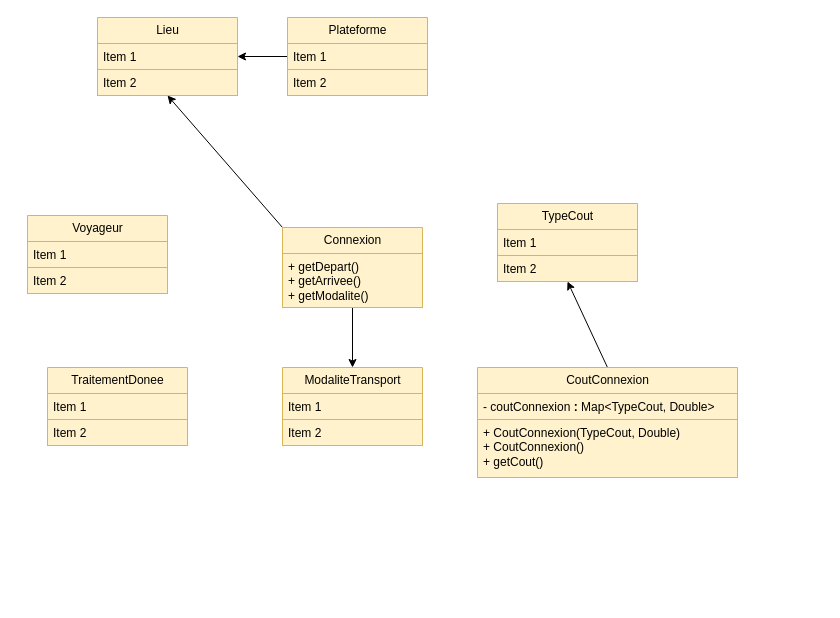
Before: rapport/uml.drawio in Nelioo7/GPS3000, a draw.io diagram. Source tidied: cells renumbered, new cells numbered last; positions are measured from the earlier drawing's top-left corner, leaving out a move shared by most shapes. Both pictures are drawn from the tidied source at 100%, with x=0, y=0 at pixel (27, 17).
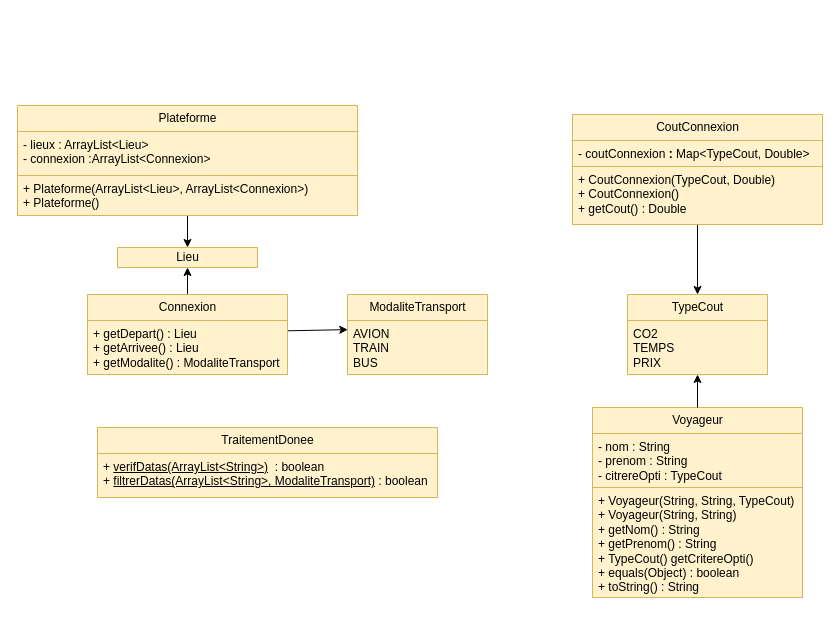
After the change.

The edit, as a diff of the source:
```diff
@@
-    <mxCell id="2" style="edgeStyle=none;html=1;exitX=0;exitY=0;exitDx=0;exitDy=0;entryX=0.5;entryY=1;entryDx=0;entryDy=0;" parent="1" edge="1" source="4" target="26">
+    <mxCell id="2" style="edgeStyle=none;html=1;exitX=0.5;exitY=0;exitDx=0;exitDy=0;entryX=0.5;entryY=1;entryDx=0;entryDy=0;" parent="1" edge="1" source="4" target="26">
       <mxGeometry relative="1" as="geometry" />
     </mxCell>
-    <mxCell id="3" style="edgeStyle=none;html=1;exitX=0.5;exitY=1;exitDx=0;exitDy=0;entryX=0.5;entryY=0;entryDx=0;entryDy=0;" parent="1" edge="1" source="4" target="16">
+    <mxCell id="3" style="edgeStyle=none;html=1;exitX=0.998;exitY=0.191;exitDx=0;exitDy=0;entryX=0.002;entryY=0.169;entryDx=0;entryDy=0;entryPerimeter=0;exitPerimeter=0;" parent="1" edge="1" source="5" target="17">
       <mxGeometry relative="1" as="geometry" />
     </mxCell>
     <mxCell id="4" value="Connexion" style="swimlane;fontStyle=0;horizontal=1;startSize=26;fillColor=#fff2cc;html=1;rounded=0;arcSize=7;strokeColor=#d6b656;" parent="1" vertex="1">
-      <mxGeometry x="255" y="210" width="140" height="80" as="geometry" />
+      <mxGeometry x="60" y="277" width="200" height="80" as="geometry" />
     </mxCell>
-    <mxCell id="5" value="&lt;span&gt;&lt;font style=&quot;color: rgb(0, 0, 0);&quot;&gt;+ getDepart()&lt;/font&gt;&lt;/span&gt;&lt;div style=&quot;scrollbar-color: rgb(226, 226, 226) rgb(251, 251, 251); color: rgb(63, 63, 63);&quot;&gt;&lt;font style=&quot;color: rgb(0, 0, 0);&quot;&gt;+ getArrivee()&lt;/font&gt;&lt;/div&gt;&lt;div style=&quot;scrollbar-color: rgb(226, 226, 226) rgb(251, 251, 251); color: rgb(63, 63, 63);&quot;&gt;&lt;font style=&quot;color: rgb(0, 0, 0);&quot;&gt;+ getModalite()&lt;/font&gt;&lt;/div&gt;" style="text;strokeColor=#d6b656;fillColor=#fff2cc;align=left;verticalAlign=top;spacingLeft=4;spacingRight=4;overflow=hidden;points=[[0,0.5],[1,0.5]];portConstraint=eastwest;whiteSpace=wrap;html=1;rounded=0;arcSize=7;" parent="4" vertex="1">
-      <mxGeometry y="26" width="140" height="54" as="geometry" />
+    <mxCell id="5" value="&lt;span&gt;&lt;font style=&quot;color: rgb(0, 0, 0);&quot;&gt;+ getDepart() : Lieu&lt;/font&gt;&lt;/span&gt;&lt;div style=&quot;scrollbar-color: rgb(226, 226, 226) rgb(251, 251, 251); color: rgb(63, 63, 63);&quot;&gt;&lt;font style=&quot;color: rgb(0, 0, 0);&quot;&gt;+ getArrivee() : Lieu&lt;/font&gt;&lt;/div&gt;&lt;div style=&quot;scrollbar-color: rgb(226, 226, 226) rgb(251, 251, 251); color: rgb(63, 63, 63);&quot;&gt;&lt;font style=&quot;color: rgb(0, 0, 0);&quot;&gt;+ getModalite() : ModaliteTransport&lt;/font&gt;&lt;/div&gt;" style="text;strokeColor=#d6b656;fillColor=#fff2cc;align=left;verticalAlign=top;spacingLeft=4;spacingRight=4;overflow=hidden;points=[[0,0.5],[1,0.5]];portConstraint=eastwest;whiteSpace=wrap;html=1;rounded=0;arcSize=7;" parent="4" vertex="1">
+      <mxGeometry y="26" width="200" height="54" as="geometry" />
     </mxCell>
-    <mxCell id="6" style="edgeStyle=none;html=1;exitX=0.5;exitY=0;exitDx=0;exitDy=0;entryX=0.5;entryY=1;entryDx=0;entryDy=0;" parent="1" edge="1" source="7" target="10">
+    <mxCell id="6" style="edgeStyle=none;html=1;exitX=0.5;exitY=1;exitDx=0;exitDy=0;entryX=0.5;entryY=0;entryDx=0;entryDy=0;" parent="1" edge="1" source="7" target="10">
       <mxGeometry relative="1" as="geometry" />
     </mxCell>
     <mxCell id="7" value="CoutConnexion" style="swimlane;fontStyle=0;horizontal=1;startSize=26;fillColor=#fff2cc;html=1;rounded=0;arcSize=7;strokeColor=#d6b656;" parent="1" vertex="1">
-      <mxGeometry x="450" y="350" width="260" height="110" as="geometry" />
+      <mxGeometry x="545" y="97" width="250" height="110" as="geometry" />
     </mxCell>
     <mxCell id="8" value="- coutConnexion &lt;b&gt;:&lt;/b&gt;&amp;nbsp;Map&amp;lt;TypeCout, Double&amp;gt;" style="text;strokeColor=#d6b656;fillColor=#fff2cc;align=left;verticalAlign=top;spacingLeft=4;spacingRight=4;overflow=hidden;whiteSpace=wrap;html=1;rounded=0;arcSize=7;" parent="7" vertex="1">
-      <mxGeometry y="26" width="260" height="26" as="geometry" />
+      <mxGeometry y="26" width="250" height="26" as="geometry" />
     </mxCell>
-    <mxCell id="9" value="+ CoutConnexion(TypeCout, Double)&lt;div&gt;+ CoutConnexion()&lt;/div&gt;&lt;div&gt;+ getCout()&lt;/div&gt;" style="text;strokeColor=#d6b656;fillColor=#fff2cc;align=left;verticalAlign=top;spacingLeft=4;spacingRight=4;overflow=hidden;whiteSpace=wrap;html=1;rounded=0;arcSize=7;" parent="7" vertex="1">
-      <mxGeometry y="52" width="260" height="58" as="geometry" />
+    <mxCell id="9" value="&lt;font style=&quot;color: rgb(0, 0, 0);&quot;&gt;+ CoutConnexion(TypeCout, Double)&lt;/font&gt;&lt;div&gt;&lt;font style=&quot;color: rgb(0, 0, 0);&quot;&gt;+ CoutConnexion()&lt;/font&gt;&lt;/div&gt;&lt;div&gt;&lt;font style=&quot;color: rgb(0, 0, 0);&quot;&gt;+ getCout() : Double&lt;/font&gt;&lt;/div&gt;" style="text;strokeColor=#d6b656;fillColor=#fff2cc;align=left;verticalAlign=top;spacingLeft=4;spacingRight=4;overflow=hidden;whiteSpace=wrap;html=1;rounded=0;arcSize=7;" parent="7" vertex="1">
+      <mxGeometry y="52" width="250" height="58" as="geometry" />
     </mxCell>
     <mxCell id="10" value="TypeCout" style="swimlane;fontStyle=0;horizontal=1;startSize=26;fillColor=#fff2cc;html=1;rounded=0;arcSize=7;strokeColor=#d6b656;" parent="1" vertex="1">
-      <mxGeometry x="470" y="186" width="140" height="78" as="geometry" />
+      <mxGeometry x="600" y="277" width="140" height="80" as="geometry" />
     </mxCell>
-    <mxCell id="11" value="Item 1" style="text;strokeColor=#d6b656;fillColor=#fff2cc;align=left;verticalAlign=top;spacingLeft=4;spacingRight=4;overflow=hidden;whiteSpace=wrap;html=1;rounded=0;arcSize=7;" parent="10" vertex="1">
-      <mxGeometry y="26" width="140" height="26" as="geometry" />
+    <mxCell id="11" value="CO2&lt;br&gt;TEMPS&lt;br&gt;PRIX" style="text;strokeColor=#d6b656;fillColor=#fff2cc;align=left;verticalAlign=top;spacingLeft=4;spacingRight=4;overflow=hidden;whiteSpace=wrap;html=1;rounded=0;arcSize=7;" parent="10" vertex="1">
+      <mxGeometry y="26" width="140" height="54" as="geometry" />
     </mxCell>
-    <mxCell id="12" value="Item 2" style="text;strokeColor=#d6b656;fillColor=#fff2cc;align=left;verticalAlign=top;spacingLeft=4;spacingRight=4;overflow=hidden;whiteSpace=wrap;html=1;rounded=0;arcSize=7;" parent="10" vertex="1">
-      <mxGeometry y="52" width="140" height="26" as="geometry" />
-    </mxCell>
     <mxCell id="13" value="TraitementDonee" style="swimlane;fontStyle=0;horizontal=1;startSize=26;fillColor=#fff2cc;html=1;rounded=0;arcSize=7;strokeColor=#d6b656;" parent="1" vertex="1">
-      <mxGeometry x="20" y="350" width="140" height="78" as="geometry" />
+      <mxGeometry x="70" y="410" width="340" height="70" as="geometry" />
     </mxCell>
-    <mxCell id="14" value="Item 1" style="text;strokeColor=#d6b656;fillColor=#fff2cc;align=left;verticalAlign=top;spacingLeft=4;spacingRight=4;overflow=hidden;whiteSpace=wrap;html=1;rounded=0;arcSize=7;" parent="13" vertex="1">
-      <mxGeometry y="26" width="140" height="26" as="geometry" />
-    </mxCell>
-    <mxCell id="15" value="Item 2" style="text;strokeColor=#d6b656;fillColor=#fff2cc;align=left;verticalAlign=top;spacingLeft=4;spacingRight=4;overflow=hidden;whiteSpace=wrap;html=1;rounded=0;arcSize=7;" parent="13" vertex="1">
-      <mxGeometry y="52" width="140" height="26" as="geometry" />
+    <mxCell id="15" value="+ &lt;u&gt;verifDatas(ArrayList&amp;lt;String&amp;gt;)&lt;/u&gt;&amp;nbsp; : boolean&lt;br&gt;+ &lt;u&gt;filtrerDatas(ArrayList&amp;lt;String&amp;gt;, ModaliteTransport)&lt;/u&gt;&amp;nbsp;: boolean" style="text;strokeColor=#d6b656;fillColor=#fff2cc;align=left;verticalAlign=top;spacingLeft=4;spacingRight=4;overflow=hidden;whiteSpace=wrap;html=1;rounded=0;arcSize=7;" parent="13" vertex="1">
+      <mxGeometry y="26" width="340" height="44" as="geometry" />
     </mxCell>
     <mxCell id="16" value="ModaliteTransport" style="swimlane;fontStyle=0;horizontal=1;startSize=26;fillColor=#fff2cc;html=1;rounded=0;arcSize=7;strokeColor=#d6b656;" parent="1" vertex="1">
-      <mxGeometry x="255" y="350" width="140" height="78" as="geometry" />
+      <mxGeometry x="320" y="277" width="140" height="80" as="geometry" />
     </mxCell>
-    <mxCell id="17" value="Item 1" style="text;strokeColor=#d6b656;fillColor=#fff2cc;align=left;verticalAlign=top;spacingLeft=4;spacingRight=4;overflow=hidden;points=[[0,0.5],[1,0.5]];portConstraint=eastwest;whiteSpace=wrap;html=1;rounded=0;arcSize=7;" parent="16" vertex="1">
-      <mxGeometry y="26" width="140" height="26" as="geometry" />
+    <mxCell id="17" value="&lt;font style=&quot;color: rgb(0, 0, 0);&quot;&gt;AVION&lt;/font&gt;&lt;div&gt;&lt;font style=&quot;color: rgb(0, 0, 0);&quot;&gt;TRAIN&lt;/font&gt;&lt;/div&gt;&lt;div&gt;&lt;font style=&quot;color: rgb(0, 0, 0);&quot;&gt;BUS&lt;/font&gt;&lt;/div&gt;" style="text;strokeColor=#d6b656;fillColor=#fff2cc;align=left;verticalAlign=top;spacingLeft=4;spacingRight=4;overflow=hidden;points=[[0,0.5],[1,0.5]];portConstraint=eastwest;whiteSpace=wrap;html=1;rounded=0;arcSize=7;" parent="16" vertex="1">
+      <mxGeometry y="26" width="140" height="54" as="geometry" />
     </mxCell>
-    <mxCell id="18" value="Item 2" style="text;strokeColor=#d6b656;fillColor=#fff2cc;align=left;verticalAlign=top;spacingLeft=4;spacingRight=4;overflow=hidden;whiteSpace=wrap;html=1;rounded=0;arcSize=7;" parent="16" vertex="1">
-      <mxGeometry y="52" width="140" height="26" as="geometry" />
-    </mxCell>
     <mxCell id="19" value="Voyageur" style="swimlane;fontStyle=0;horizontal=1;startSize=26;fillColor=#fff2cc;html=1;rounded=0;arcSize=7;strokeColor=#d6b656;" parent="1" vertex="1">
-      <mxGeometry y="198" width="140" height="78" as="geometry" />
+      <mxGeometry x="565" y="390" width="210" height="190" as="geometry" />
     </mxCell>
-    <mxCell id="20" value="Item 1" style="text;strokeColor=#d6b656;fillColor=#fff2cc;align=left;verticalAlign=top;spacingLeft=4;spacingRight=4;overflow=hidden;whiteSpace=wrap;html=1;rounded=0;arcSize=7;" parent="19" vertex="1">
-      <mxGeometry y="26" width="140" height="26" as="geometry" />
+    <mxCell id="20" value="- nom : String&lt;br&gt;- prenom : String&lt;br&gt;- citrereOpti : TypeCout" style="text;strokeColor=#d6b656;fillColor=#fff2cc;align=left;verticalAlign=top;spacingLeft=4;spacingRight=4;overflow=hidden;whiteSpace=wrap;html=1;rounded=0;arcSize=7;" parent="19" vertex="1">
+      <mxGeometry y="26" width="210" height="54" as="geometry" />
     </mxCell>
-    <mxCell id="21" value="Item 2" style="text;strokeColor=#d6b656;fillColor=#fff2cc;align=left;verticalAlign=top;spacingLeft=4;spacingRight=4;overflow=hidden;whiteSpace=wrap;html=1;rounded=0;arcSize=7;" parent="19" vertex="1">
-      <mxGeometry y="52" width="140" height="26" as="geometry" />
+    <mxCell id="21" value="+ Voyageur(String, String, TypeCout)&lt;br&gt;+ Voyageur(String, String)&lt;br&gt;+ getNom() : String&lt;br&gt;+ getPrenom() : String&lt;br&gt;+ TypeCout() getCritereOpti()&lt;br&gt;+ equals(Object) : boolean&lt;br&gt;+ toString() : String" style="text;strokeColor=#d6b656;fillColor=#fff2cc;align=left;verticalAlign=top;spacingLeft=4;spacingRight=4;overflow=hidden;whiteSpace=wrap;html=1;rounded=0;arcSize=7;" parent="19" vertex="1">
+      <mxGeometry y="80" width="210" height="110" as="geometry" />
     </mxCell>
-    <mxCell id="22" style="edgeStyle=none;html=1;exitX=0;exitY=0.5;exitDx=0;exitDy=0;entryX=1;entryY=0.5;entryDx=0;entryDy=0;" parent="1" edge="1" source="23" target="26">
+    <mxCell id="22" style="edgeStyle=none;html=1;exitX=0.5;exitY=1;exitDx=0;exitDy=0;entryX=0.5;entryY=0;entryDx=0;entryDy=0;" parent="1" edge="1" source="23" target="26">
       <mxGeometry relative="1" as="geometry" />
     </mxCell>
     <mxCell id="23" value="Plateforme" style="swimlane;fontStyle=0;horizontal=1;startSize=26;fillColor=#fff2cc;html=1;rounded=0;arcSize=7;strokeColor=#d6b656;" parent="1" vertex="1">
-      <mxGeometry x="260" width="140" height="78" as="geometry" />
+      <mxGeometry x="-10" y="88" width="340" height="110" as="geometry" />
     </mxCell>
-    <mxCell id="24" value="Item 1" style="text;strokeColor=#d6b656;fillColor=#fff2cc;align=left;verticalAlign=top;spacingLeft=4;spacingRight=4;overflow=hidden;whiteSpace=wrap;html=1;rounded=0;arcSize=7;" parent="23" vertex="1">
-      <mxGeometry y="26" width="140" height="26" as="geometry" />
+    <mxCell id="24" value="- lieux : ArrayList&amp;lt;Lieu&amp;gt;&lt;br&gt;- connexion :ArrayList&amp;lt;Connexion&amp;gt;" style="text;strokeColor=#d6b656;fillColor=#fff2cc;align=left;verticalAlign=top;spacingLeft=4;spacingRight=4;overflow=hidden;whiteSpace=wrap;html=1;rounded=0;arcSize=7;" parent="23" vertex="1">
+      <mxGeometry y="26" width="340" height="44" as="geometry" />
     </mxCell>
-    <mxCell id="25" value="Item 2" style="text;strokeColor=#d6b656;fillColor=#fff2cc;align=left;verticalAlign=top;spacingLeft=4;spacingRight=4;overflow=hidden;whiteSpace=wrap;html=1;rounded=0;arcSize=7;" parent="23" vertex="1">
-      <mxGeometry y="52" width="140" height="26" as="geometry" />
+    <mxCell id="25" value="+ Plateforme(ArrayList&amp;lt;Lieu&amp;gt;, ArrayList&amp;lt;Connexion&amp;gt;)&lt;br&gt;+ Plateforme()" style="text;strokeColor=#d6b656;fillColor=#fff2cc;align=left;verticalAlign=top;spacingLeft=4;spacingRight=4;overflow=hidden;whiteSpace=wrap;html=1;rounded=0;arcSize=7;" parent="23" vertex="1">
+      <mxGeometry y="70" width="340" height="40" as="geometry" />
     </mxCell>
     <mxCell id="26" value="Lieu" style="swimlane;fontStyle=0;horizontal=1;startSize=26;fillColor=#fff2cc;html=1;rounded=0;arcSize=7;strokeColor=#d6b656;" parent="1" vertex="1">
-      <mxGeometry x="70" width="140" height="78" as="geometry" />
+      <mxGeometry x="90" y="230" width="140" height="20" as="geometry" />
     </mxCell>
-    <mxCell id="27" value="Item 1" style="text;strokeColor=#d6b656;fillColor=#fff2cc;align=left;verticalAlign=top;spacingLeft=4;spacingRight=4;overflow=hidden;whiteSpace=wrap;html=1;" parent="26" vertex="1">
-      <mxGeometry y="26" width="140" height="26" as="geometry" />
-    </mxCell>
-    <mxCell id="28" value="Item 2" style="text;strokeColor=#d6b656;fillColor=#fff2cc;align=left;verticalAlign=top;spacingLeft=4;spacingRight=4;overflow=hidden;whiteSpace=wrap;html=1;" parent="26" vertex="1">
-      <mxGeometry y="52" width="140" height="26" as="geometry" />
-    </mxCell>
+    <mxCell id="29" style="edgeStyle=none;html=1;exitX=0.5;exitY=0;exitDx=0;exitDy=0;entryX=0.5;entryY=1;entryDx=0;entryDy=0;" parent="1" edge="1" source="19" target="10">
+      <mxGeometry relative="1" as="geometry" />
+    </mxCell>
```
